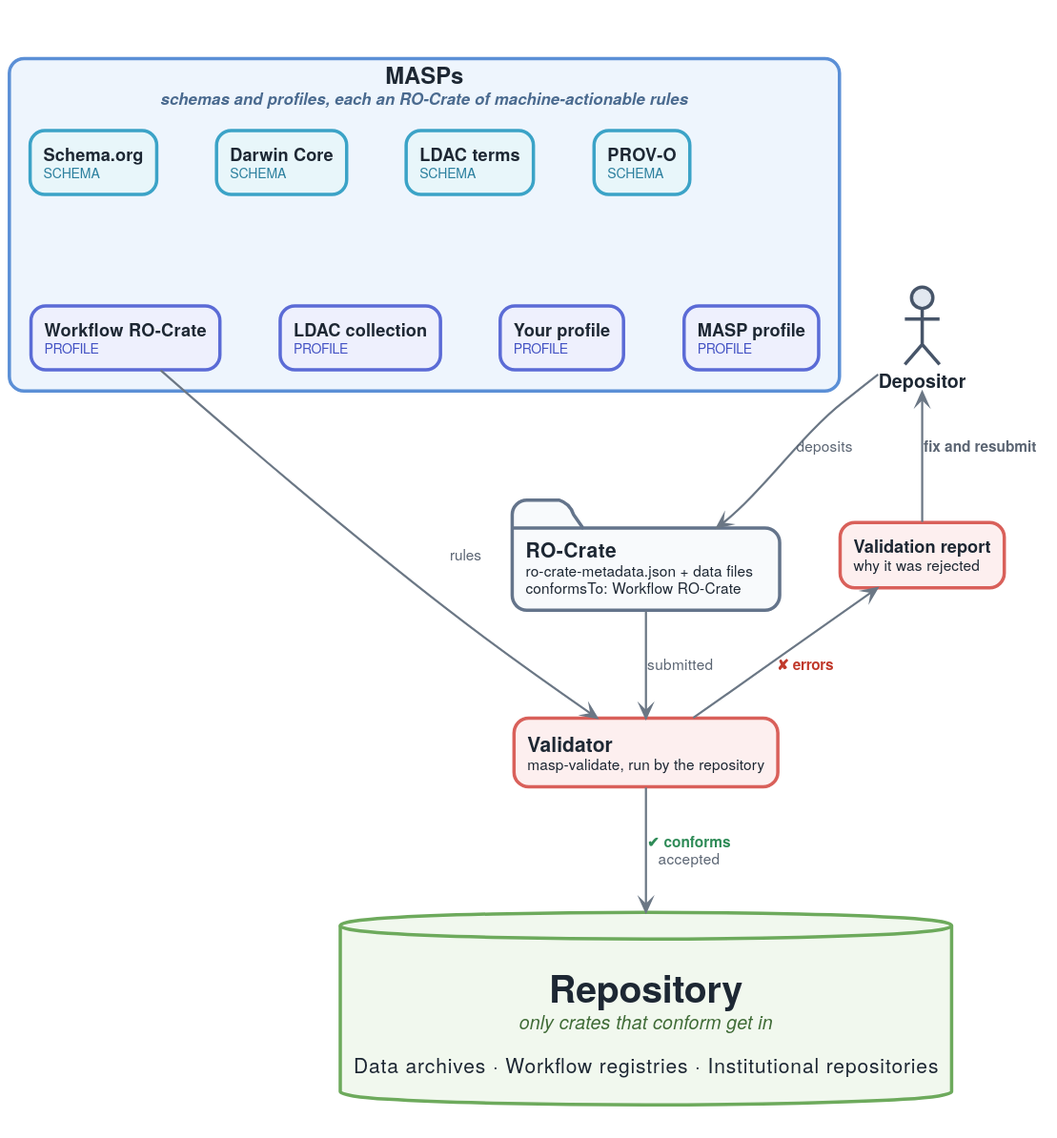
This is docs/diagrams/deposit.svg from Language-Research-Technology/ro-crate-masp, a PlantUML export, as it was before one commit. Its diagram source:
```plantuml
@startuml
!include masp-style.iuml
!include masp-examples.iuml
m_ldact -[hidden]down- m_ldac
m_dwc -[hidden]down- m_wf
top to bottom direction
skinparam ranksep 65
<style>
database {
  HorizontalAlignment center
}
</style>

actor "Depositor" as person
folder "<size:15><b>RO-Crate</b></size>\n<size:11>ro-crate-metadata.json + data files</size>\n<size:11>conformsTo: Workflow RO-Crate</size>" <<crate>> as crate
rectangle "<size:15><b>Validator</b></size>\n<size:11>masp-validate, run by the repository</size>" <<validate>> as validator
rectangle "<b>Validation report</b>\n<size:11>why it was rejected</size>" <<validate>> as report

database "\n<size:28><b>Repository</b></size>\n<size:14><color:#3F6B36><i>only crates that conform get in</i></color></size>\n\n<size:15>Data archives   ·   Workflow registries   ·   Institutional repositories</size>\n " <<repo>> as repo

m_ldact -[hidden]down- person

person -down-> crate : deposits
crate -down-> validator : submitted

m_wf -down-> validator : rules

validator -down-> repo : <color:#2E8B57><b>✔ conforms</b></color>\naccepted
validator -left-> report : <color:#C0392B><b>✘ errors</b></color>
report -up-> person : <b>fix and resubmit</b>
@enduml
```
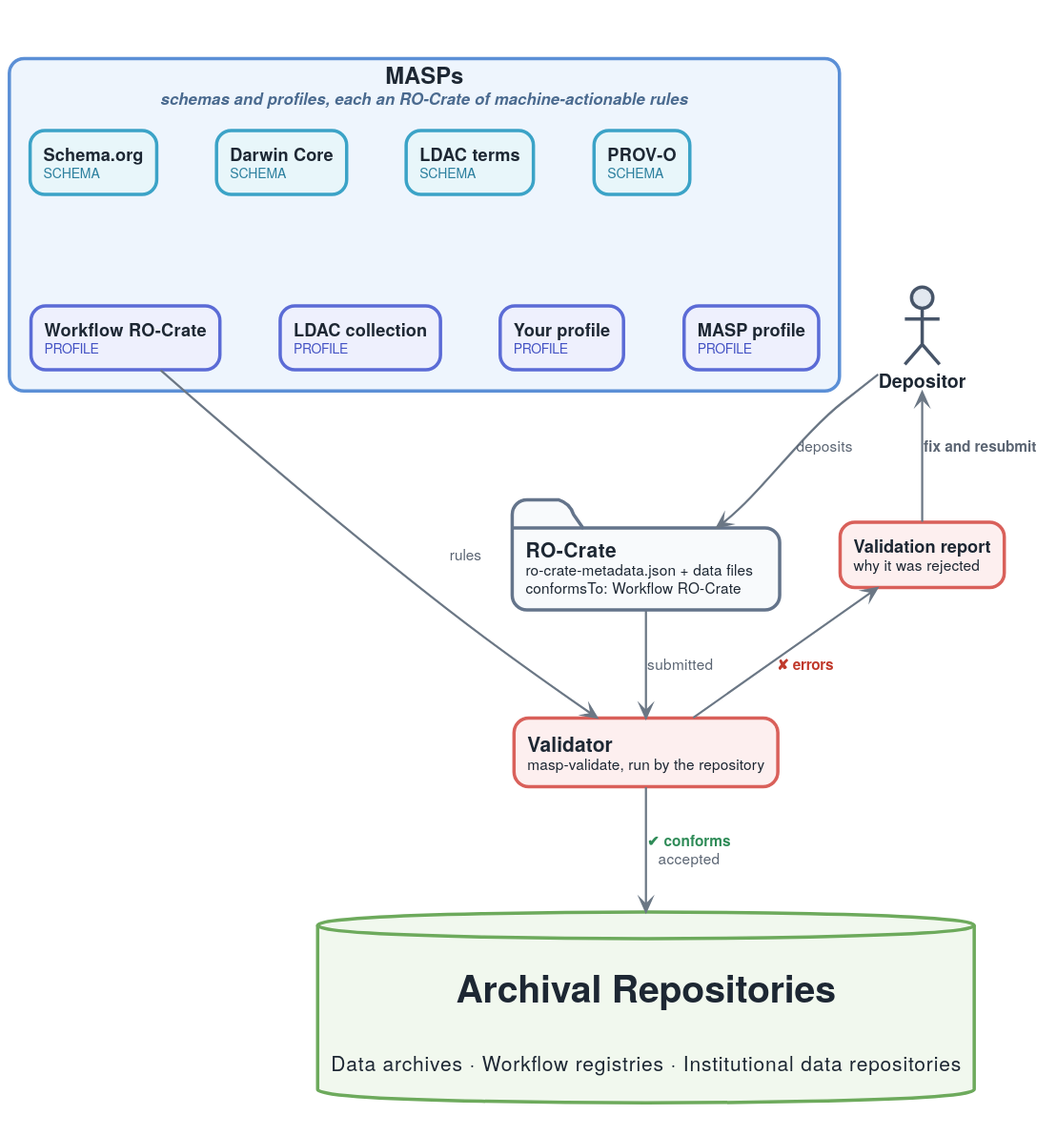
Above is the later version.

Commit message:
Render SVG and PNG separately; Archival Repositories in deposit diagram

Change to the diagram source:
```diff
@@ -16,7 +16,7 @@
 rectangle "<size:15><b>Validator</b></size>\n<size:11>masp-validate, run by the repository</size>" <<validate>> as validator
 rectangle "<b>Validation report</b>\n<size:11>why it was rejected</size>" <<validate>> as report
 
-database "\n<size:28><b>Repository</b></size>\n<size:14><color:#3F6B36><i>only crates that conform get in</i></color></size>\n\n<size:15>Data archives   ·   Workflow registries   ·   Institutional repositories</size>\n " <<repo>> as repo
+database "\n<size:28><b>Archival Repositories</b></size>\n<size:14><color:#3F6B36></color></size>\n\n<size:15>Data archives   ·   Workflow registries   ·   Institutional data repositories</size>\n " <<repo>> as repo
 
 m_ldact -[hidden]down- person
 
```
